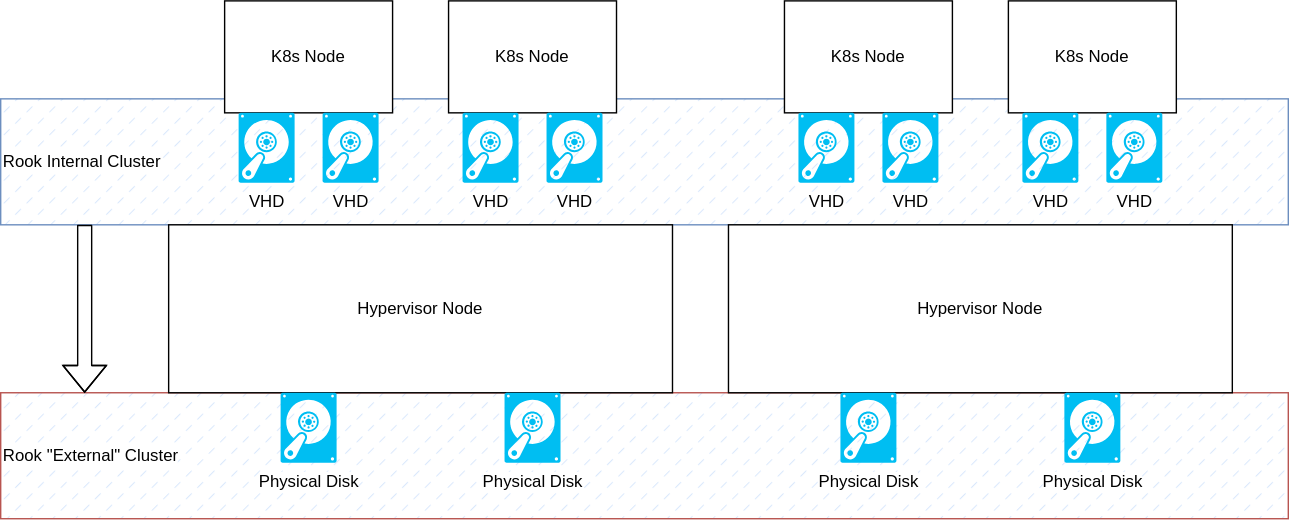
Before: kubernetes/docs/rook-hycv-nodes.drawio.svg, a diagram exported from draw.io (benjaminpieplow/automation). Source tidied: cells renumbered, new cells last; positions are measured from the earlier drawing's top-left corner, leaving out a move shared by most shapes. The source it was exported from:
```xml
<mxGraphModel>
  <root>
    <mxCell id="0" />
    <mxCell id="1" parent="0" />
    <mxCell id="2" value="Rook Internal Cluster" style="rounded=0;whiteSpace=wrap;html=1;fillColor=#dae8fc;strokeColor=#6c8ebf;align=left;fillStyle=dashed;labelBackgroundColor=default;fontColor=default;" parent="1" vertex="1">
      <mxGeometry y="70" width="920" height="90" as="geometry" />
    </mxCell>
    <mxCell id="3" value="Rook &quot;External&quot; Cluster" style="rounded=0;whiteSpace=wrap;html=1;fillColor=#f8cecc;strokeColor=#b85450;align=left;fillStyle=dashed;labelBackgroundColor=default;fontColor=default;" parent="1" vertex="1">
      <mxGeometry y="280" width="920" height="90" as="geometry" />
    </mxCell>
    <mxCell id="4" style="edgeStyle=elbowEdgeStyle;html=1;shape=flexArrow;fillColor=default;labelBackgroundColor=default;fontColor=default;" parent="1" edge="1" source="2" target="3">
      <mxGeometry relative="1" as="geometry">
        <Array as="points">
          <mxPoint x="60" y="240" />
        </Array>
      </mxGeometry>
    </mxCell>
    <mxCell id="5" value="K8s Node" style="rounded=0;whiteSpace=wrap;html=1;labelBackgroundColor=default;fontColor=default;" parent="1" vertex="1">
      <mxGeometry x="160" width="120" height="80" as="geometry" />
    </mxCell>
    <mxCell id="6" value="VHD" style="verticalLabelPosition=bottom;html=1;verticalAlign=top;align=center;strokeColor=none;fillColor=#00BEF2;shape=mxgraph.azure.vhd;labelBackgroundColor=default;fontColor=default;" parent="1" vertex="1">
      <mxGeometry x="170" y="80" width="40" height="50" as="geometry" />
    </mxCell>
    <mxCell id="7" value="Hypervisor Node" style="rounded=0;whiteSpace=wrap;html=1;labelBackgroundColor=default;fontColor=default;" parent="1" vertex="1">
      <mxGeometry x="120" y="160" width="360" height="120" as="geometry" />
    </mxCell>
    <mxCell id="8" value="VHD" style="verticalLabelPosition=bottom;html=1;verticalAlign=top;align=center;strokeColor=none;fillColor=#00BEF2;shape=mxgraph.azure.vhd;labelBackgroundColor=default;fontColor=default;" parent="1" vertex="1">
      <mxGeometry x="230" y="80" width="40" height="50" as="geometry" />
    </mxCell>
    <mxCell id="9" value="K8s Node" style="rounded=0;whiteSpace=wrap;html=1;labelBackgroundColor=default;fontColor=default;" parent="1" vertex="1">
      <mxGeometry x="320" width="120" height="80" as="geometry" />
    </mxCell>
    <mxCell id="10" value="VHD" style="verticalLabelPosition=bottom;html=1;verticalAlign=top;align=center;strokeColor=none;fillColor=#00BEF2;shape=mxgraph.azure.vhd;labelBackgroundColor=default;fontColor=default;" parent="1" vertex="1">
      <mxGeometry x="330" y="80" width="40" height="50" as="geometry" />
    </mxCell>
    <mxCell id="11" value="VHD" style="verticalLabelPosition=bottom;html=1;verticalAlign=top;align=center;strokeColor=none;fillColor=#00BEF2;shape=mxgraph.azure.vhd;labelBackgroundColor=default;fontColor=default;" parent="1" vertex="1">
      <mxGeometry x="390" y="80" width="40" height="50" as="geometry" />
    </mxCell>
    <mxCell id="12" value="Physical Disk" style="verticalLabelPosition=bottom;html=1;verticalAlign=top;align=center;strokeColor=none;fillColor=#00BEF2;shape=mxgraph.azure.vhd;labelBackgroundColor=default;fontColor=default;" parent="1" vertex="1">
      <mxGeometry x="200" y="280" width="40" height="50" as="geometry" />
    </mxCell>
    <mxCell id="13" value="Physical Disk" style="verticalLabelPosition=bottom;html=1;verticalAlign=top;align=center;strokeColor=none;fillColor=#00BEF2;shape=mxgraph.azure.vhd;labelBackgroundColor=default;fontColor=default;" parent="1" vertex="1">
      <mxGeometry x="360" y="280" width="40" height="50" as="geometry" />
    </mxCell>
    <mxCell id="14" value="K8s Node" style="rounded=0;whiteSpace=wrap;html=1;labelBackgroundColor=default;fontColor=default;" parent="1" vertex="1">
      <mxGeometry x="560" width="120" height="80" as="geometry" />
    </mxCell>
    <mxCell id="15" value="VHD" style="verticalLabelPosition=bottom;html=1;verticalAlign=top;align=center;strokeColor=none;fillColor=#00BEF2;shape=mxgraph.azure.vhd;labelBackgroundColor=default;fontColor=default;" parent="1" vertex="1">
      <mxGeometry x="570" y="80" width="40" height="50" as="geometry" />
    </mxCell>
    <mxCell id="16" value="Hypervisor Node" style="rounded=0;whiteSpace=wrap;html=1;labelBackgroundColor=default;fontColor=default;" parent="1" vertex="1">
      <mxGeometry x="520" y="160" width="360" height="120" as="geometry" />
    </mxCell>
    <mxCell id="17" value="VHD" style="verticalLabelPosition=bottom;html=1;verticalAlign=top;align=center;strokeColor=none;fillColor=#00BEF2;shape=mxgraph.azure.vhd;labelBackgroundColor=default;fontColor=default;" parent="1" vertex="1">
      <mxGeometry x="630" y="80" width="40" height="50" as="geometry" />
    </mxCell>
    <mxCell id="18" value="K8s Node" style="rounded=0;whiteSpace=wrap;html=1;labelBackgroundColor=default;fontColor=default;" parent="1" vertex="1">
      <mxGeometry x="720" width="120" height="80" as="geometry" />
    </mxCell>
    <mxCell id="19" value="VHD" style="verticalLabelPosition=bottom;html=1;verticalAlign=top;align=center;strokeColor=none;fillColor=#00BEF2;shape=mxgraph.azure.vhd;labelBackgroundColor=default;fontColor=default;" parent="1" vertex="1">
      <mxGeometry x="730" y="80" width="40" height="50" as="geometry" />
    </mxCell>
    <mxCell id="20" value="VHD" style="verticalLabelPosition=bottom;html=1;verticalAlign=top;align=center;strokeColor=none;fillColor=#00BEF2;shape=mxgraph.azure.vhd;labelBackgroundColor=default;fontColor=default;" parent="1" vertex="1">
      <mxGeometry x="790" y="80" width="40" height="50" as="geometry" />
    </mxCell>
    <mxCell id="21" value="Physical Disk" style="verticalLabelPosition=bottom;html=1;verticalAlign=top;align=center;strokeColor=none;fillColor=#00BEF2;shape=mxgraph.azure.vhd;labelBackgroundColor=default;fontColor=default;" parent="1" vertex="1">
      <mxGeometry x="600" y="280" width="40" height="50" as="geometry" />
    </mxCell>
    <mxCell id="22" value="Physical Disk" style="verticalLabelPosition=bottom;html=1;verticalAlign=top;align=center;strokeColor=none;fillColor=#00BEF2;shape=mxgraph.azure.vhd;labelBackgroundColor=default;fontColor=default;" parent="1" vertex="1">
      <mxGeometry x="760" y="280" width="40" height="50" as="geometry" />
    </mxCell>
  </root>
</mxGraphModel>
```
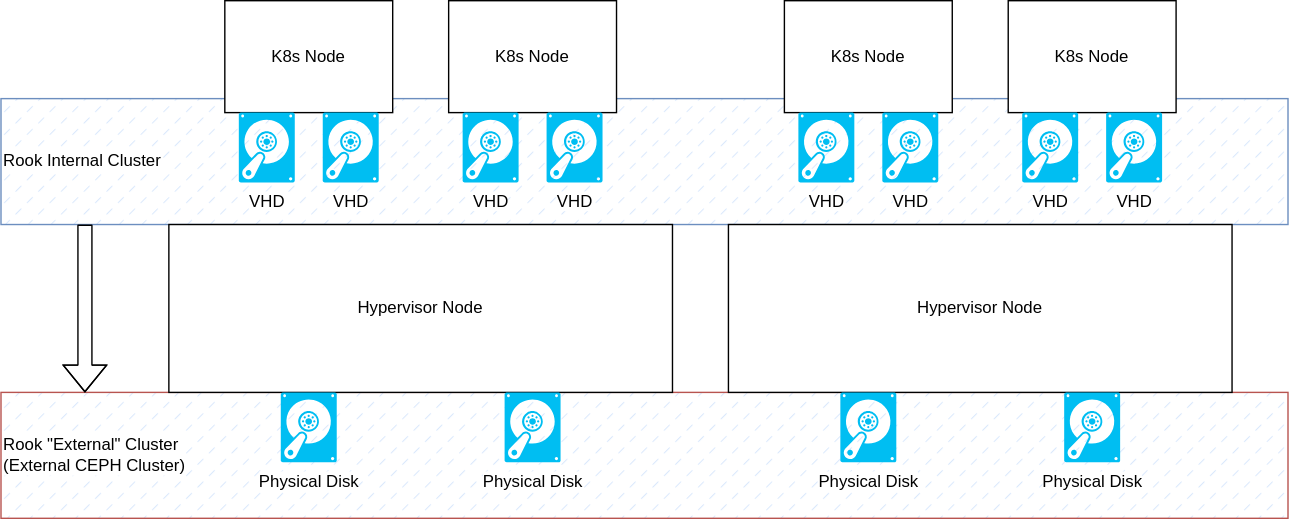
The same diagram one commit later.

Change to the diagram source:
```diff
@@ -5,7 +5,7 @@
     <mxCell id="2" value="Rook Internal Cluster" style="rounded=0;whiteSpace=wrap;html=1;fillColor=#dae8fc;strokeColor=#6c8ebf;align=left;fillStyle=dashed;labelBackgroundColor=default;fontColor=default;" parent="1" vertex="1">
       <mxGeometry y="70" width="920" height="90" as="geometry" />
     </mxCell>
-    <mxCell id="3" value="Rook &quot;External&quot; Cluster" style="rounded=0;whiteSpace=wrap;html=1;fillColor=#f8cecc;strokeColor=#b85450;align=left;fillStyle=dashed;labelBackgroundColor=default;fontColor=default;" parent="1" vertex="1">
+    <mxCell id="3" value="Rook &quot;External&quot; Cluster&lt;div&gt;(External CEPH Cluster)&lt;/div&gt;" style="rounded=0;whiteSpace=wrap;html=1;fillColor=#f8cecc;strokeColor=#b85450;align=left;fillStyle=dashed;labelBackgroundColor=default;fontColor=default;" parent="1" vertex="1">
       <mxGeometry y="280" width="920" height="90" as="geometry" />
     </mxCell>
     <mxCell id="4" style="edgeStyle=elbowEdgeStyle;html=1;shape=flexArrow;fillColor=default;labelBackgroundColor=default;fontColor=default;" parent="1" edge="1" source="2" target="3">
```
